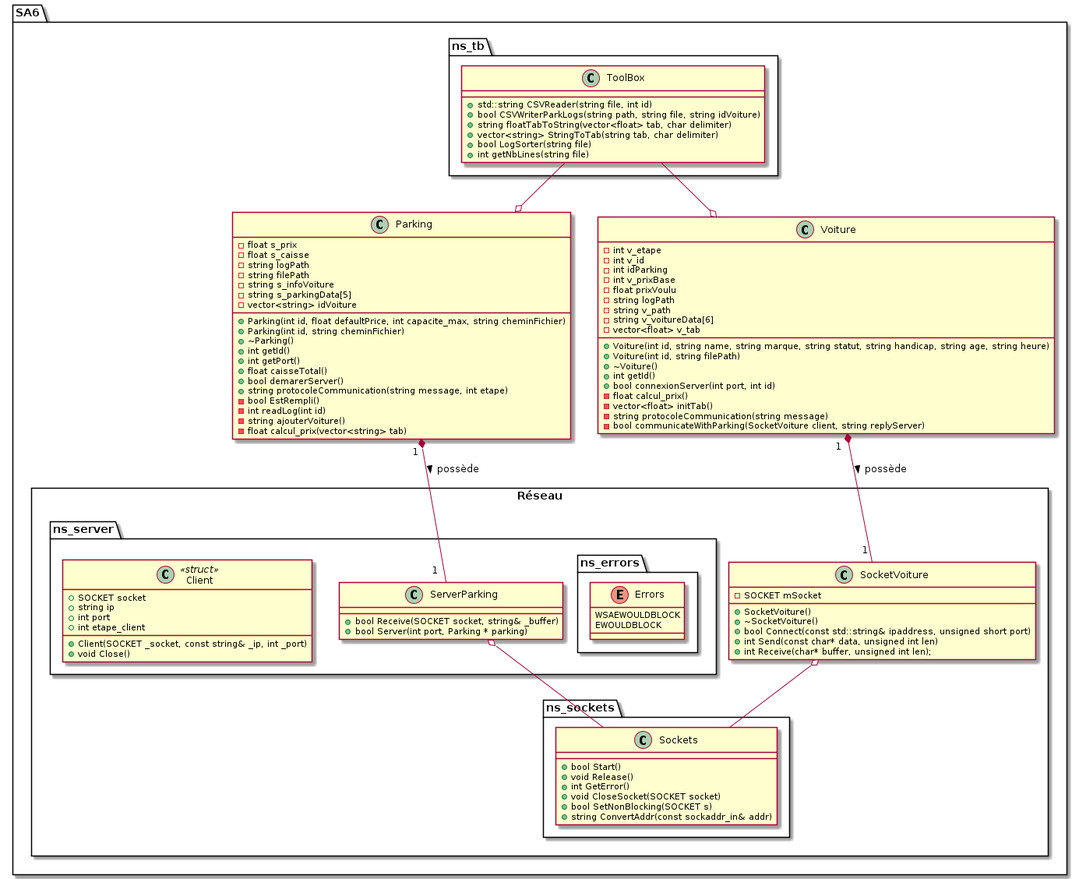
Before: SA6/doc/SA6_uml.png, a diagram exported from PlantUML (KevinFroissart/SA6_CarPark_AI).
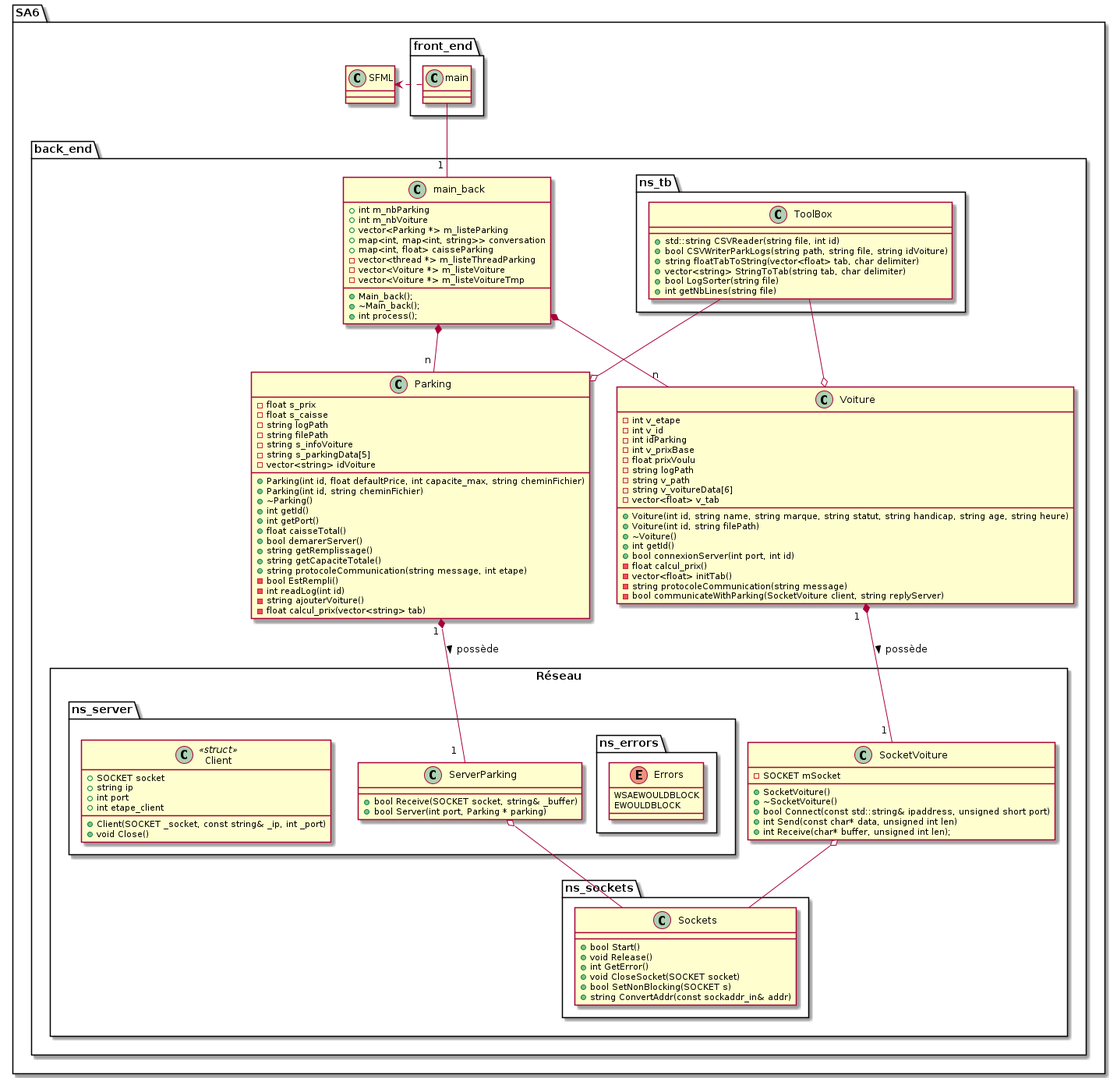
The same file after the commit.

What changed in the source:
```diff
@@ -2,112 +2,144 @@
 
 package SA6 {
 
-    package ns_tb {
-        class ToolBox {
-            + std::string CSVReader(string file, int id)
-            + bool CSVWriterParkLogs(string path, string file, string idVoiture)
-            + string floatTabToString(vector<float> tab, char delimiter)
-            + vector<string> StringToTab(string tab, char delimiter)
-            + bool LogSorter(string file)
-            + int getNbLines(string file)
-        }
+    package front_end {
+        class main {}
     }
 
-    class Parking {
-        - float s_prix
-        - float s_caisse
-        - string logPath
-        - string filePath
-        - string s_infoVoiture
-        - string s_parkingData[5]
-        - vector<string> idVoiture
+    class SFML {}
 
-        + Parking(int id, float defaultPrice, int capacite_max, string cheminFichier)
-        + Parking(int id, string cheminFichier)
-        + ~Parking()
-        + int getId()
-        + int getPort()
-        + float caisseTotal()
-        + bool demarerServer()
-        + string protocoleCommunication(string message, int etape)
-        - bool EstRempli()
-        - int readLog(int id)
-        - string ajouterVoiture()
-        - float calcul_prix(vector<string> tab)
-    }
+    package back_end {
 
-    Class Voiture {
-        - int v_etape
-        - int v_id
-        - int idParking
-        - int v_prixBase
-        - float prixVoulu
-        - string logPath
-        - string v_path
-        - string v_voitureData[6]
-        - vector<float> v_tab
+        class main_back {
+            + int m_nbParking
+            + int m_nbVoiture
+            + vector<Parking *> m_listeParking
+            + map<int, map<int, string>> conversation
+            + map<int, float> caisseParking
+            - vector<thread *> m_listeThreadParking
+            - vector<Voiture *> m_listeVoiture
+            - vector<Voiture *> m_listeVoitureTmp
 
-        + Voiture(int id, string name, string marque, string statut, string handicap, string age, string heure)
-        + Voiture(int id, string filePath)
-        + ~Voiture()
-        + int getId()
-        + bool connexionServer(int port, int id)
-        - float calcul_prix()
-        - vector<float> initTab()
-        - string protocoleCommunication(string message)
-        - bool communicateWithParking(SocketVoiture client, string replyServer)
-    }
+            + Main_back();
+            + ~Main_back();
+            + int process();
+        }
 
-    package Réseau <<Rectangle>> {
+        package ns_tb {
+            class ToolBox {
+                + std::string CSVReader(string file, int id)
+                + bool CSVWriterParkLogs(string path, string file, string idVoiture)
+                + string floatTabToString(vector<float> tab, char delimiter)
+                + vector<string> StringToTab(string tab, char delimiter)
+                + bool LogSorter(string file)
+                + int getNbLines(string file)
+            }
+        }
 
-        package ns_server {
-            Class ServerParking {
-                + bool Receive(SOCKET socket, string& _buffer)
-                + bool Server(int port, Parking * parking)
-            }
+        class Parking {
+            - float s_prix
+            - float s_caisse
+            - string logPath
+            - string filePath
+            - string s_infoVoiture
+            - string s_parkingData[5]
+            - vector<string> idVoiture
 
-            package ns_errors {
-                enum Errors {
-                    WSAEWOULDBLOCK
-                    EWOULDBLOCK
+            + Parking(int id, float defaultPrice, int capacite_max, string cheminFichier)
+            + Parking(int id, string cheminFichier)
+            + ~Parking()
+            + int getId()
+            + int getPort()
+            + float caisseTotal()
+            + bool demarerServer()
+            + string getRemplissage()
+            + string getCapaciteTotale()
+            + string protocoleCommunication(string message, int etape)
+            - bool EstRempli()
+            - int readLog(int id)
+            - string ajouterVoiture()
+            - float calcul_prix(vector<string> tab)
+        }
+
+        Class Voiture {
+            - int v_etape
+            - int v_id
+            - int idParking
+            - int v_prixBase
+            - float prixVoulu
+            - string logPath
+            - string v_path
+            - string v_voitureData[6]
+            - vector<float> v_tab
+
+            + Voiture(int id, string name, string marque, string statut, string handicap, string age, string heure)
+            + Voiture(int id, string filePath)
+            + ~Voiture()
+            + int getId()
+            + bool connexionServer(int port, int id)
+            - float calcul_prix()
+            - vector<float> initTab()
+            - string protocoleCommunication(string message)
+            - bool communicateWithParking(SocketVoiture client, string replyServer)
+        }
+
+        package Réseau <<Rectangle>> {
+
+            package ns_server {
+                Class ServerParking {
+                    + bool Receive(SOCKET socket, string& _buffer)
+                    + bool Server(int port, Parking * parking)
+                }
+
+                package ns_errors {
+                    enum Errors {
+                        WSAEWOULDBLOCK
+                        EWOULDBLOCK
+                    }
+                }
+
+                Class Client << struct >> {
+                    + SOCKET socket
+                    + string ip
+                    + int port
+                    + int etape_client
+
+                    + Client(SOCKET _socket, const string& _ip, int _port)
+                    + void Close()
                 }
             }
 
-            Class Client << struct >> {
-                + SOCKET socket
-	            + string ip
-	            + int port
-	            + int etape_client
+            Class SocketVoiture {
+                - SOCKET mSocket
 
-	            + Client(SOCKET _socket, const string& _ip, int _port)
-                + void Close()
+                + SocketVoiture()
+                + ~SocketVoiture()
+                + bool Connect(const std::string& ipaddress, unsigned short port)
+                + int Send(const char* data, unsigned int len)
+                + int Receive(char* buffer, unsigned int len);
             }
-        }
 
-        Class SocketVoiture {
-            - SOCKET mSocket
+            package ns_sockets{
 
-            + SocketVoiture()
-            + ~SocketVoiture()
-            + bool Connect(const std::string& ipaddress, unsigned short port)
-            + int Send(const char* data, unsigned int len)
-            + int Receive(char* buffer, unsigned int len);
-        }
+                Class Sockets {
 
-        package ns_sockets{
-
-            Class Sockets {
-
-                + bool Start()
-                + void Release()
-                + int GetError()
-                + void CloseSocket(SOCKET socket)
-                + bool SetNonBlocking(SOCKET s)
-                + string ConvertAddr(const sockaddr_in& addr)
+                    + bool Start()
+                    + void Release()
+                    + int GetError()
+                    + void CloseSocket(SOCKET socket)
+                    + bool SetNonBlocking(SOCKET s)
+                    + string ConvertAddr(const sockaddr_in& addr)
+                }
             }
         }
     }
 }
+
+main .right.> SFML
+main -down-  "1 " main_back
+
+main_back *-- "n" Voiture
+main_back *-- "n " Parking
 
 ToolBox --o Voiture
 ToolBox --o Parking
```
